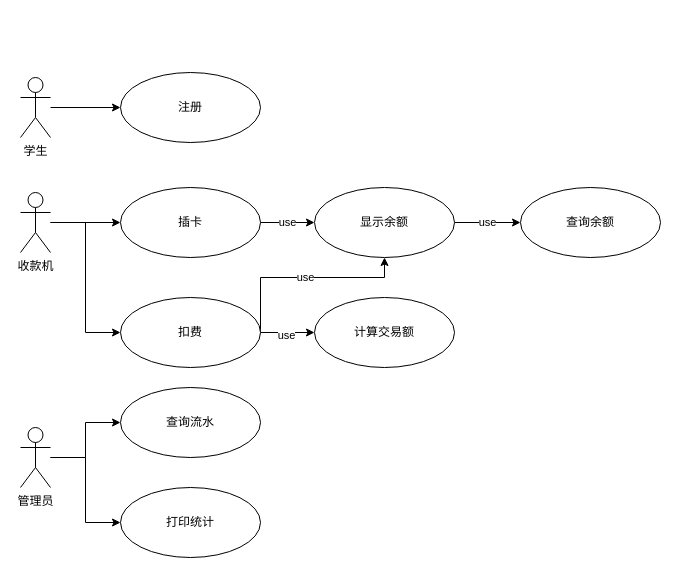
This is 用例图.drawio from lw2003paul/book, a draw.io file, before an edit. Source tidied: cells renumbered, new cells numbered last; positions are measured from the earlier drawing's top-left corner, leaving out a move shared by most shapes. Both pictures are drawn from the tidied source at 100%, with x=0, y=0 at pixel (20, 72).
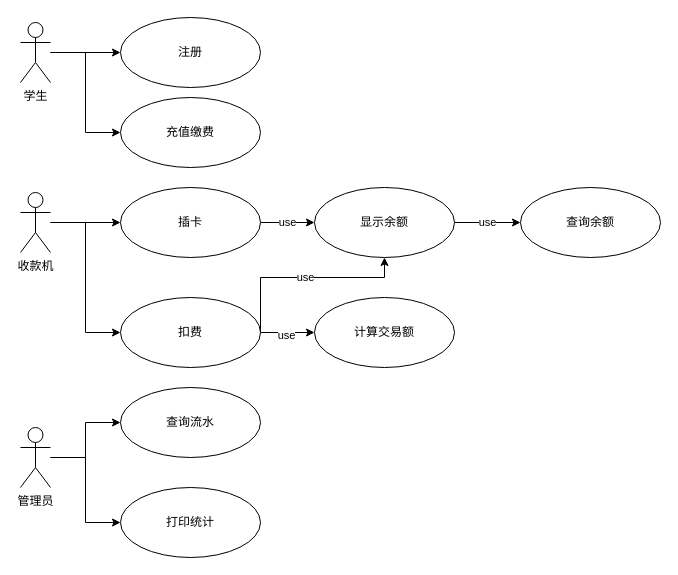
After the change.

Commit message:
更新用例图.drawio

Change to the diagram source:
```diff
@@
+    <mxCell id="23" style="edgeStyle=orthogonalEdgeStyle;rounded=0;jettySize=auto;html=1;entryX=0;entryY=0.5;entryDx=0;entryDy=0;" parent="1" edge="1" source="3" target="24">
+      <mxGeometry relative="1" as="geometry" />
+    </mxCell>
     <mxCell id="3" value="学生" style="shape=umlActor;verticalLabelPosition=bottom;labelBackgroundColor=#ffffff;verticalAlign=top;html=1;" parent="1" vertex="1">
-      <mxGeometry y="5" width="30" height="60" as="geometry" />
+      <mxGeometry y="-50" width="30" height="60" as="geometry" />
     </mxCell>
@@
     <mxCell id="10" value="注册" style="ellipse;whiteSpace=wrap;html=1;" parent="1" vertex="1">
-      <mxGeometry x="100" width="140" height="70" as="geometry" />
+      <mxGeometry x="100" y="-55" width="140" height="70" as="geometry" />
     </mxCell>
@@
+    <mxCell id="24" value="充值缴费" style="ellipse;whiteSpace=wrap;html=1;" parent="1" vertex="1">
+      <mxGeometry x="100" y="25" width="140" height="70" as="geometry" />
+    </mxCell>
```
